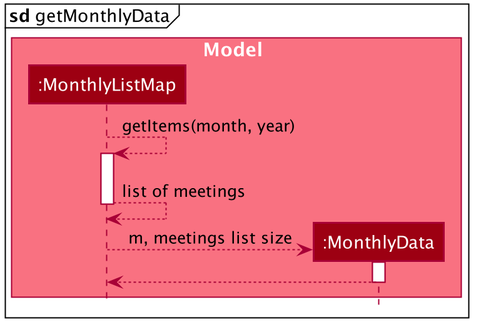
The PlantUML diagram docs/images/MeetingStatsSequenceDiagram5.png in sebastiantoh/tp, before a commit.
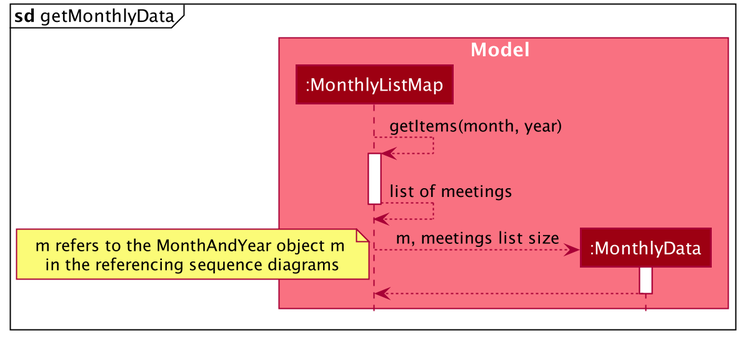
The same file after the commit.

The edit, as a diff of the source:
```diff
@@ -66,6 +66,7 @@
 deactivate MonthlyListMap
 create MonthlyData
 MonthlyListMap --> MonthlyData : m, meetings list size
+note left: m refers to the MonthAndYear object m \nin the referencing sequence diagrams
 activate MonthlyData
 MonthlyData --> MonthlyListMap
 deactivate MonthlyData
```
